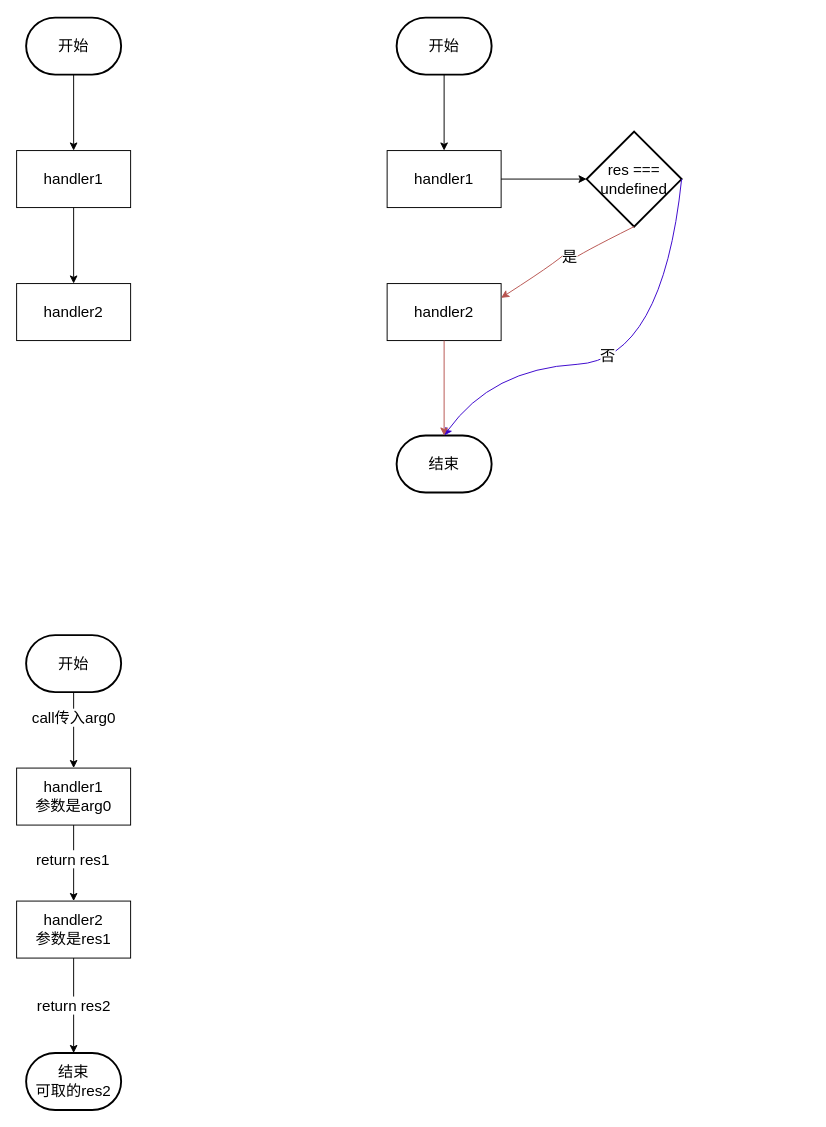
Before: Untitled Diagram.drawio in nymlc/blog-comment, a draw.io diagram. Source tidied: cells renumbered, new cells numbered last; positions are measured from the earlier drawing's top-left corner, leaving out a move shared by most shapes. Both pictures are drawn from the tidied source at 95%, with x=0, y=0 at pixel (16, 17).
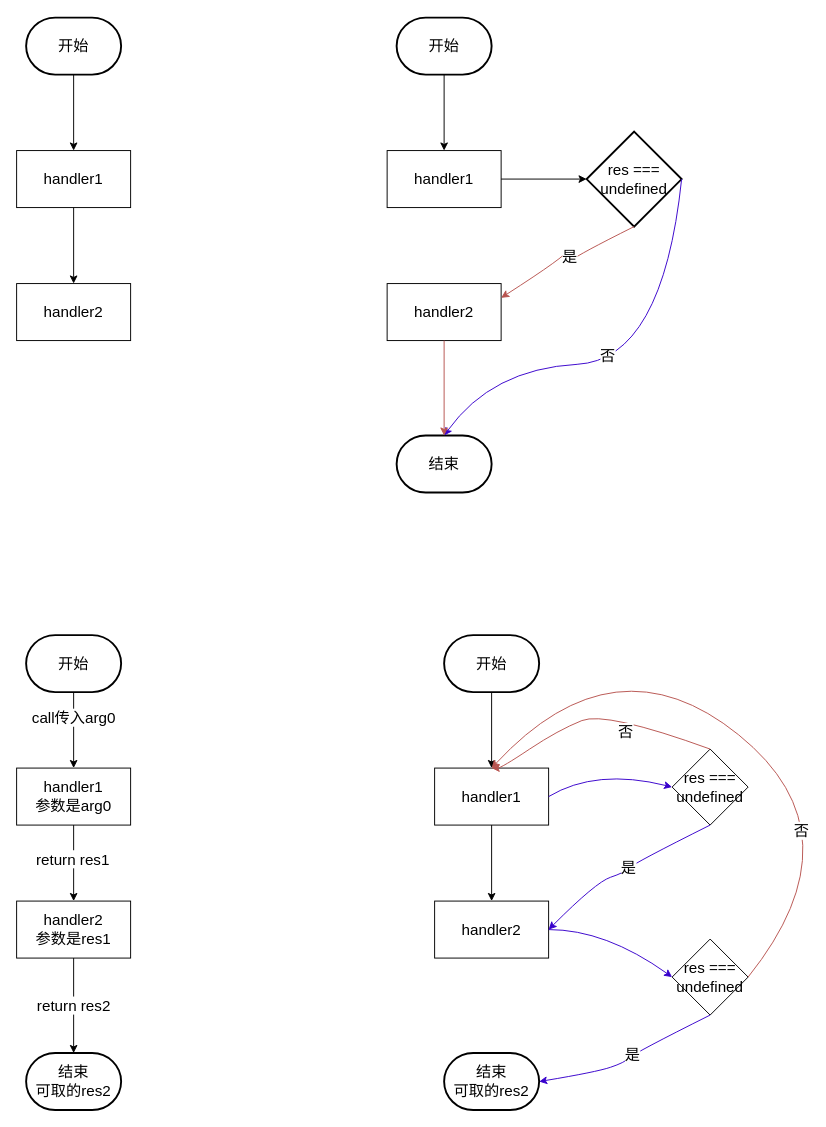
The same diagram, later.

Diff of the diagram source:
```diff
@@
+    <mxCell id="28" value="开始" style="strokeWidth=2;html=1;shape=mxgraph.flowchart.terminator;whiteSpace=wrap;rounded=0;sketch=0;fontSize=16;" parent="1" vertex="1">
+      <mxGeometry x="450" y="650" width="100" height="60" as="geometry" />
+    </mxCell>
+    <mxCell id="29" value="handler1" style="rounded=0;whiteSpace=wrap;html=1;sketch=0;fontSize=16;" parent="1" vertex="1">
+      <mxGeometry x="440" y="790" width="120" height="60" as="geometry" />
+    </mxCell>
+    <mxCell id="30" value="handler2" style="rounded=0;whiteSpace=wrap;html=1;sketch=0;fontSize=16;" parent="1" vertex="1">
+      <mxGeometry x="440" y="930" width="120" height="60" as="geometry" />
+    </mxCell>
+    <mxCell id="31" style="endArrow=classic;html=1;fontSize=16;exitX=0.5;exitY=1;exitDx=0;exitDy=0;exitPerimeter=0;" parent="1" edge="1" source="28" target="29">
+      <mxGeometry relative="1" as="geometry" />
+    </mxCell>
+    <mxCell id="32" value="结束&lt;br&gt;可取的res2" style="strokeWidth=2;html=1;shape=mxgraph.flowchart.terminator;whiteSpace=wrap;rounded=0;sketch=0;fontSize=16;" parent="1" vertex="1">
+      <mxGeometry x="450" y="1090" width="100" height="60" as="geometry" />
+    </mxCell>
+    <mxCell id="33" style="endArrow=classic;html=1;fontSize=16;exitX=0.5;exitY=1;exitDx=0;exitDy=0;" parent="1" edge="1" source="29" target="30">
+      <mxGeometry relative="1" as="geometry" />
+    </mxCell>
+    <mxCell id="34" value="res === undefined" style="rhombus;whiteSpace=wrap;html=1;rounded=0;sketch=0;fontSize=16;" parent="1" vertex="1">
+      <mxGeometry x="690" y="770" width="80" height="80" as="geometry" />
+    </mxCell>
+    <mxCell id="35" style="curved=1;endArrow=classic;html=1;fontSize=16;entryX=0;entryY=0.5;entryDx=0;entryDy=0;fillColor=#6a00ff;strokeColor=#3700CC;" parent="1" edge="1" target="34">
+      <mxGeometry relative="1" as="geometry">
+        <mxPoint x="560" y="820" as="sourcePoint" />
+        <Array as="points">
+          <mxPoint x="560" y="820" />
+          <mxPoint x="610" y="790" />
+        </Array>
+      </mxGeometry>
+    </mxCell>
+    <mxCell id="36" style="curved=1;endArrow=classic;html=1;fontSize=16;entryX=1;entryY=0.5;entryDx=0;entryDy=0;fillColor=#6a00ff;strokeColor=#3700CC;exitX=0.5;exitY=1;exitDx=0;exitDy=0;" parent="1" edge="1" source="34" target="30">
+      <mxGeometry relative="1" as="geometry">
+        <Array as="points">
+          <mxPoint x="650" y="890" />
+          <mxPoint x="640" y="900" />
+          <mxPoint x="610" y="910" />
+        </Array>
+      </mxGeometry>
+    </mxCell>
+    <mxCell id="37" value="是" style="edgeLabel;html=1;align=center;verticalAlign=middle;fontSize=16;" parent="36" vertex="1">
+      <mxGeometry x="-0.06" y="-1" relative="1" as="geometry" />
+    </mxCell>
+    <mxCell id="38" style="curved=1;endArrow=classic;html=1;fontSize=16;exitX=0.5;exitY=0;exitDx=0;exitDy=0;fillColor=#f8cecc;strokeColor=#b85450;" parent="1" edge="1" source="34">
+      <mxGeometry relative="1" as="geometry">
+        <mxPoint x="500" y="790" as="targetPoint" />
+        <Array as="points">
+          <mxPoint x="620" y="730" />
+          <mxPoint x="570" y="750" />
+          <mxPoint x="510" y="790" />
+        </Array>
+      </mxGeometry>
+    </mxCell>
+    <mxCell id="39" value="否" style="edgeLabel;html=1;align=center;verticalAlign=middle;fontSize=16;" parent="38" vertex="1">
+      <mxGeometry x="-0.29" y="13" relative="1" as="geometry" />
+    </mxCell>
+    <mxCell id="40" value="res === undefined" style="rhombus;whiteSpace=wrap;html=1;rounded=0;sketch=0;fontSize=16;" parent="1" vertex="1">
+      <mxGeometry x="690" y="970" width="80" height="80" as="geometry" />
+    </mxCell>
+    <mxCell id="41" style="curved=1;endArrow=classic;html=1;fontSize=16;entryX=0;entryY=0.5;entryDx=0;entryDy=0;fillColor=#6a00ff;strokeColor=#3700CC;" parent="1" edge="1" target="40">
+      <mxGeometry relative="1" as="geometry">
+        <mxPoint x="560" y="960" as="sourcePoint" />
+        <Array as="points">
+          <mxPoint x="560" y="960" />
+          <mxPoint x="620" y="960" />
+        </Array>
+      </mxGeometry>
+    </mxCell>
+    <mxCell id="42" style="curved=1;endArrow=classic;html=1;fontSize=16;entryX=1;entryY=0.5;entryDx=0;entryDy=0;fillColor=#6a00ff;strokeColor=#3700CC;exitX=0.5;exitY=1;exitDx=0;exitDy=0;entryPerimeter=0;" parent="1" edge="1" source="40" target="32">
+      <mxGeometry relative="1" as="geometry">
+        <Array as="points">
+          <mxPoint x="650" y="1090" />
+          <mxPoint x="640" y="1100" />
+          <mxPoint x="610" y="1110" />
+        </Array>
+      </mxGeometry>
+    </mxCell>
+    <mxCell id="43" value="是" style="edgeLabel;html=1;align=center;verticalAlign=middle;fontSize=16;" parent="42" vertex="1">
+      <mxGeometry x="-0.06" y="-1" relative="1" as="geometry" />
+    </mxCell>
+    <mxCell id="44" style="curved=1;endArrow=classic;html=1;fontSize=16;exitX=1;exitY=0.5;exitDx=0;exitDy=0;fillColor=#f8cecc;strokeColor=#b85450;entryX=0.5;entryY=0;entryDx=0;entryDy=0;" parent="1" edge="1" source="40" target="29">
+      <mxGeometry relative="1" as="geometry">
+        <Array as="points">
+          <mxPoint x="890" y="860" />
+          <mxPoint x="630" y="650" />
+        </Array>
+      </mxGeometry>
+    </mxCell>
+    <mxCell id="45" value="否" style="edgeLabel;html=1;align=center;verticalAlign=middle;fontSize=16;" parent="44" vertex="1">
+      <mxGeometry x="-0.29" y="13" relative="1" as="geometry">
+        <mxPoint x="-7.4" y="25.4" as="offset" />
+      </mxGeometry>
+    </mxCell>
```
